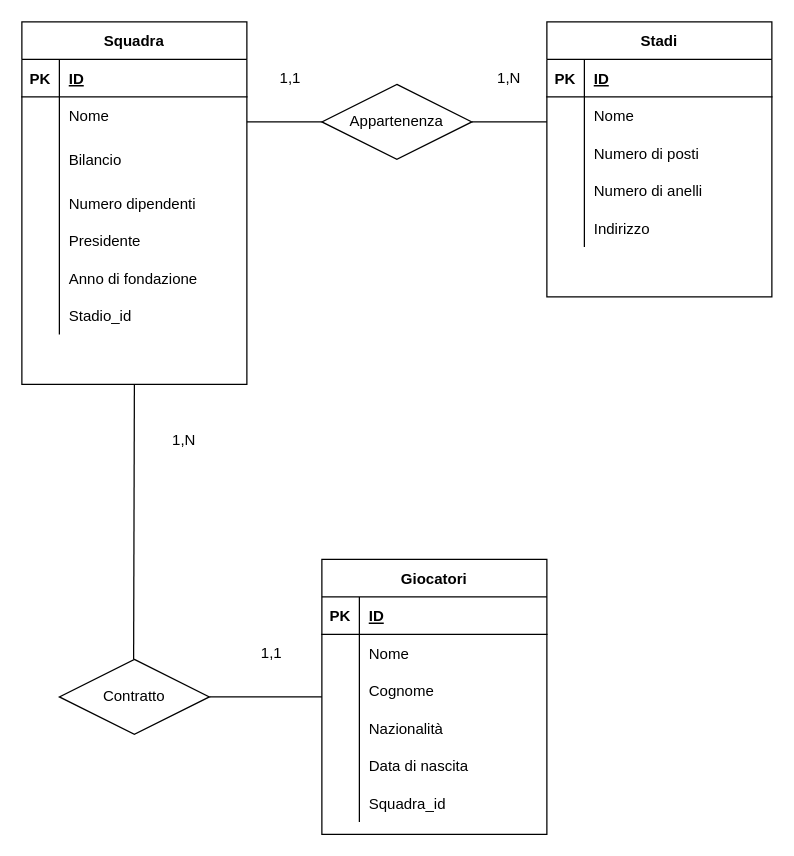
The draw.io diagram figc_ER.drawio in Michelangelo1999/database, before the edit. Source tidied: cells renumbered, new cells numbered last; positions are measured from the earlier drawing's top-left corner, leaving out a move shared by most shapes. Both pictures are drawn from the tidied source at 125%, with x=0, y=0 at pixel (21, 21).
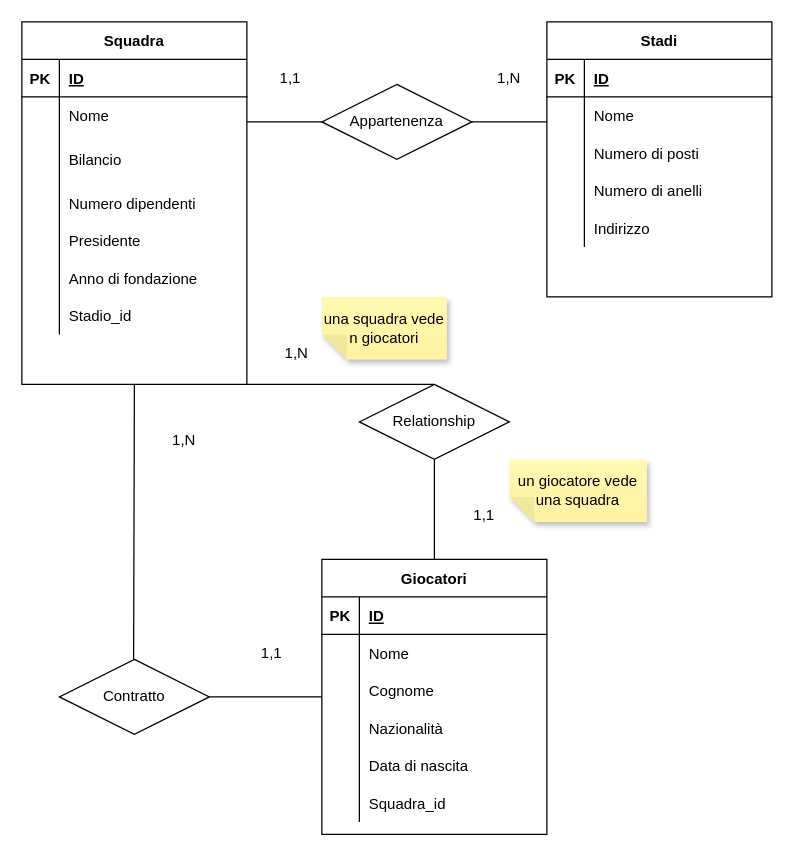
The same page after the edit.

The change refers to these unchanged cells:
```xml
<mxCell id="45" value="Giocatori" style="shape=table;startSize=30;childLayout=tableLayout;rowLines=0;fontStyle=1;align=center;hachureGap=4;" parent="1" vertex="1">
  <mxGeometry x="240" y="430" width="180" height="220" as="geometry" />
</mxCell>
```

What changed in the source:
```diff
@@
+    <mxCell id="69" value="Relationship" style="shape=rhombus;perimeter=rhombusPerimeter;whiteSpace=wrap;html=1;align=center;hachureGap=4;" parent="1" vertex="1">
+      <mxGeometry x="270" y="290" width="120" height="60" as="geometry" />
+    </mxCell>
+    <mxCell id="70" style="endArrow=none;html=1;rounded=0;startSize=14;endSize=14;sourcePerimeterSpacing=8;targetPerimeterSpacing=8;curved=1;" parent="1" edge="1">
+      <mxGeometry relative="1" as="geometry">
+        <mxPoint x="180" y="290" as="sourcePoint" />
+        <mxPoint x="330" y="290" as="targetPoint" />
+      </mxGeometry>
+    </mxCell>
+    <mxCell id="71" style="endArrow=none;html=1;rounded=0;startSize=14;endSize=14;sourcePerimeterSpacing=8;targetPerimeterSpacing=8;curved=1;entryX=0.5;entryY=0;entryDx=0;entryDy=0;exitX=0.5;exitY=1;exitDx=0;exitDy=0;" parent="1" edge="1" source="69" target="45">
+      <mxGeometry relative="1" as="geometry">
+        <Array as="points">
+          <mxPoint x="330" y="400" />
+        </Array>
+      </mxGeometry>
+    </mxCell>
+    <mxCell id="72" value="1,N" style="text;strokeColor=none;fillColor=none;html=1;align=center;verticalAlign=middle;whiteSpace=wrap;rounded=0;hachureGap=4;" parent="1" vertex="1">
+      <mxGeometry x="190" y="250" width="60" height="30" as="geometry" />
+    </mxCell>
+    <mxCell id="73" value="1,1" style="text;strokeColor=none;fillColor=none;html=1;align=center;verticalAlign=middle;whiteSpace=wrap;rounded=0;hachureGap=4;" parent="1" vertex="1">
+      <mxGeometry x="340" y="380" width="60" height="30" as="geometry" />
+    </mxCell>
+    <mxCell id="74" value="una squadra vede n giocatori" style="shape=note;whiteSpace=wrap;html=1;backgroundOutline=1;fontColor=#000000;darkOpacity=0.05;fillColor=#FFF9B2;strokeColor=none;fillStyle=solid;direction=west;gradientDirection=north;gradientColor=#FFF2A1;shadow=1;size=20;hachureGap=4;" parent="1" vertex="1">
+      <mxGeometry x="240" y="220" width="100" height="50" as="geometry" />
+    </mxCell>
+    <mxCell id="75" value="un giocatore vede una squadra" style="shape=note;whiteSpace=wrap;html=1;backgroundOutline=1;fontColor=#000000;darkOpacity=0.05;fillColor=#FFF9B2;strokeColor=none;fillStyle=solid;direction=west;gradientDirection=north;gradientColor=#FFF2A1;shadow=1;size=20;hachureGap=4;" parent="1" vertex="1">
+      <mxGeometry x="390" y="350" width="110" height="50" as="geometry" />
+    </mxCell>
```
